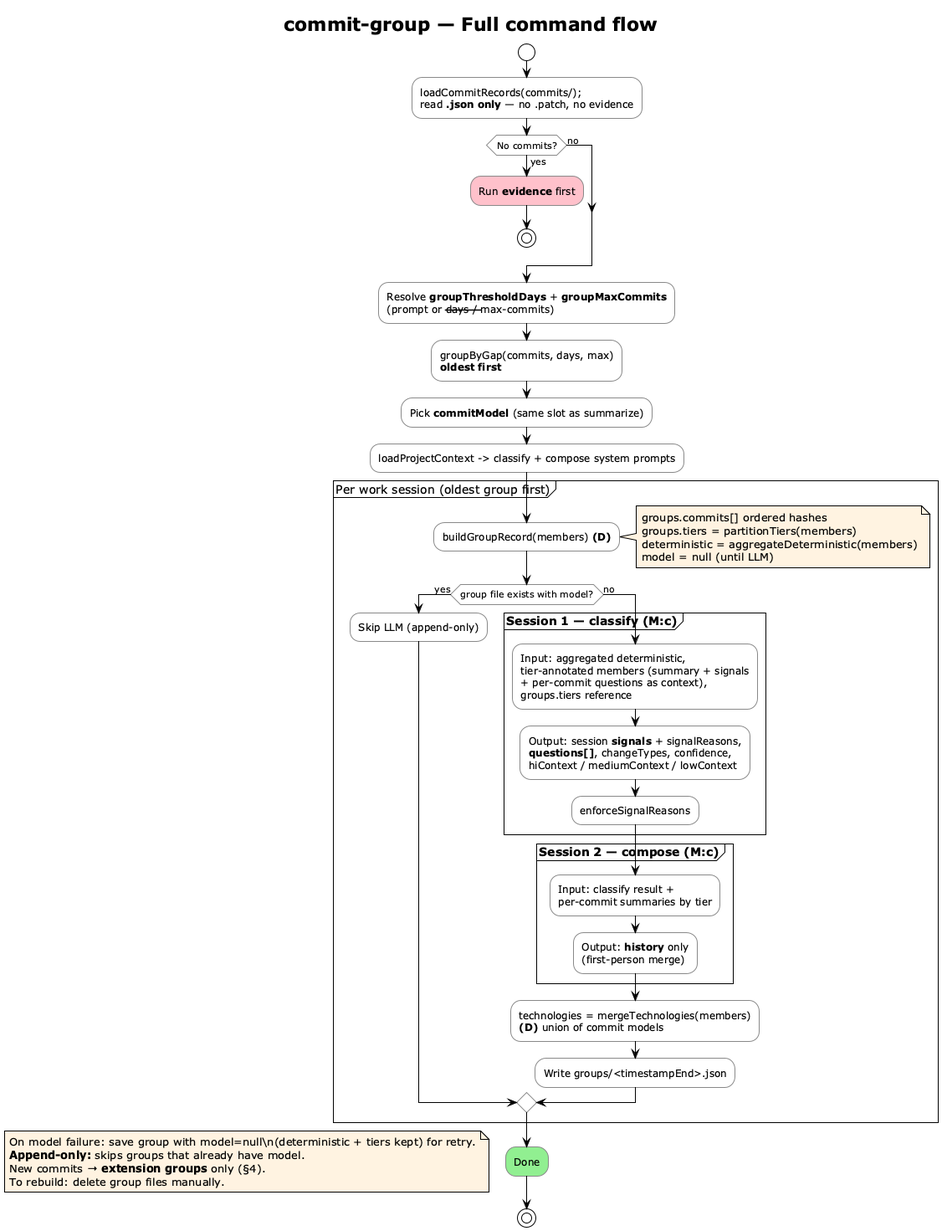
Before: img/commit-group-command.png, a diagram exported from PlantUML (vzakharchenko/dev-workgraph).
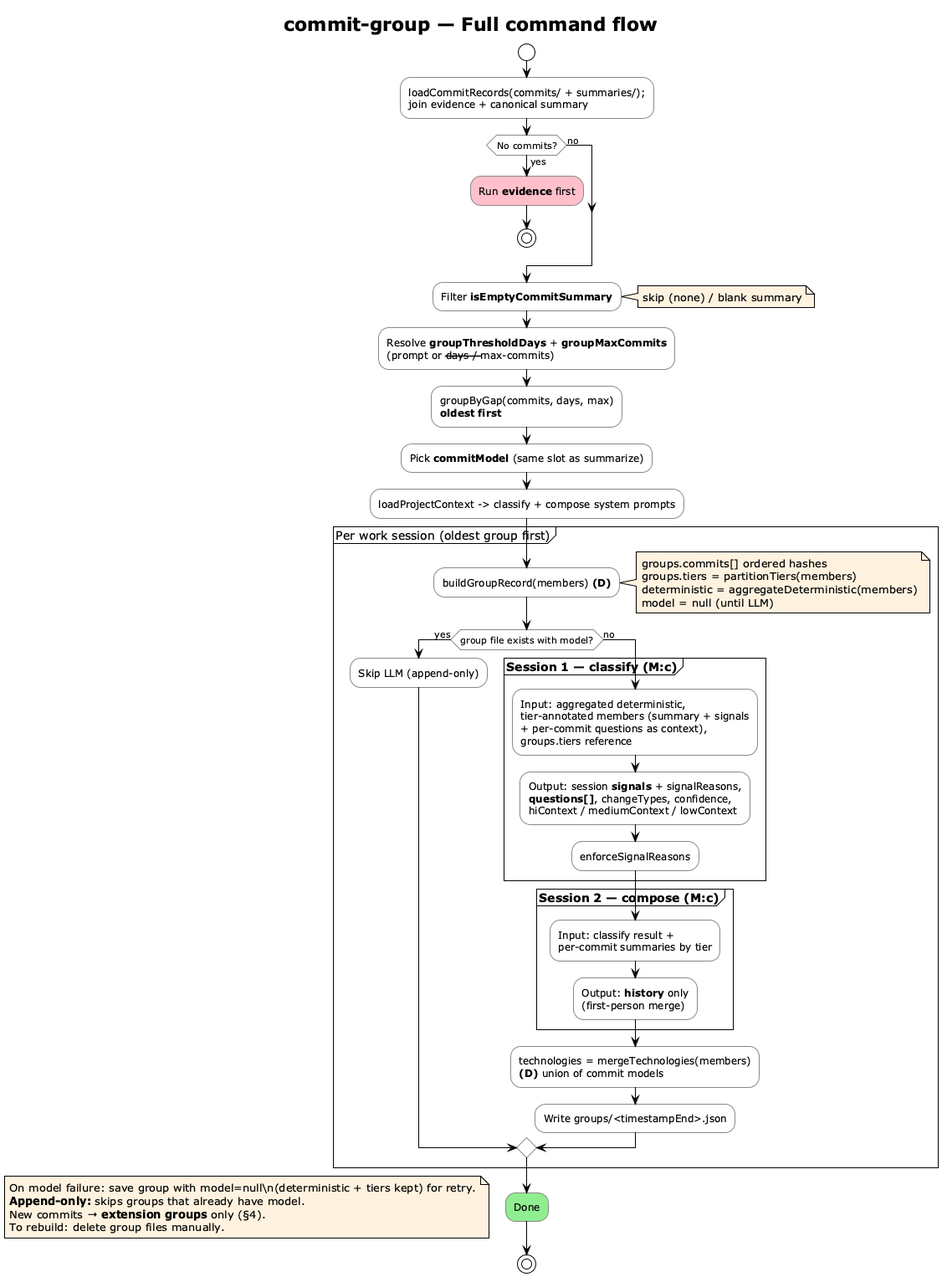
The same file after the commit.

What changed in the source:
```diff
@@ -8,13 +8,16 @@
 
 start
 
-:loadCommitRecords(commits/);\nread **.json only** — no .patch, no evidence;
+:loadCommitRecords(commits/ + summaries/);\njoin evidence + canonical summary;
 
 if (No commits?) then (yes)
   #Pink:Run **evidence** first;
   stop
 else (no)
 endif
+
+:Filter **isEmptyCommitSummary**;
+note right: skip (none) / blank summary
 
 :Resolve **groupThresholdDays** + **groupMaxCommits**\n(prompt or --days / --max-commits);
 
```
